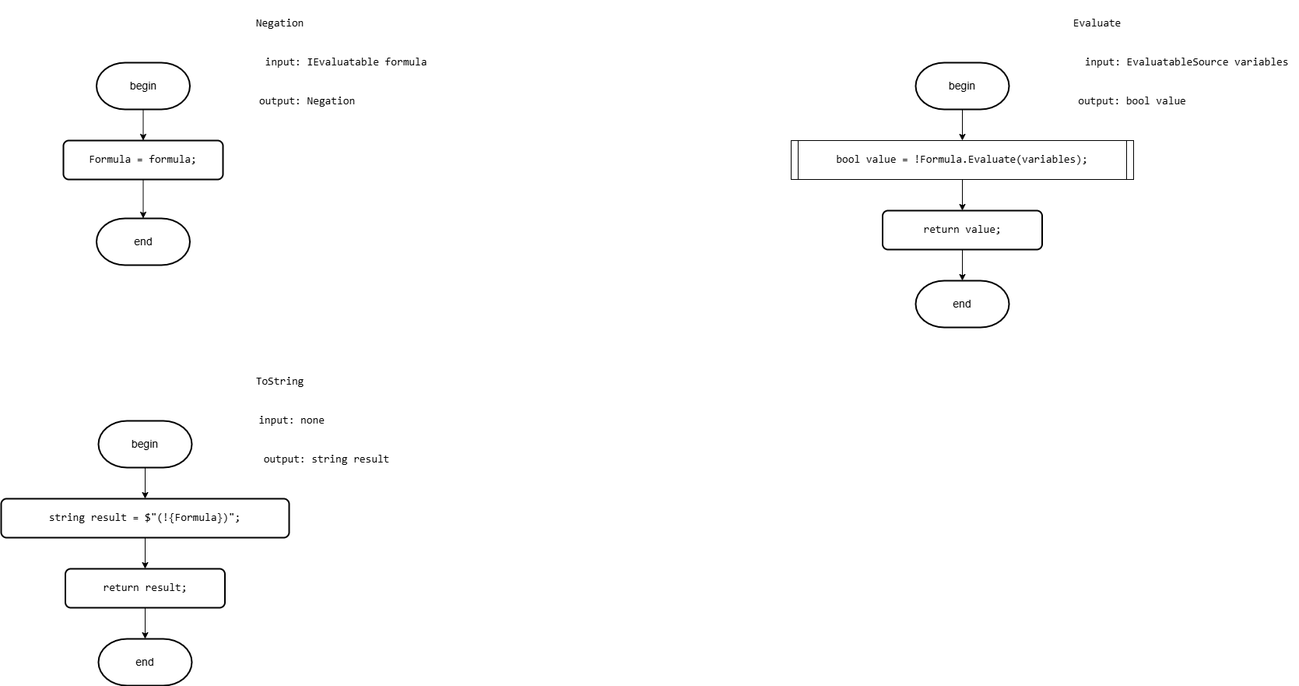
Before: Diagrams/images/Negation.drawio.png, a diagram exported from draw.io (slavikovics/FictionalVariables). Source tidied: cells renumbered, new cells last; positions are measured from the earlier drawing's top-left corner, leaving out a move shared by most shapes.
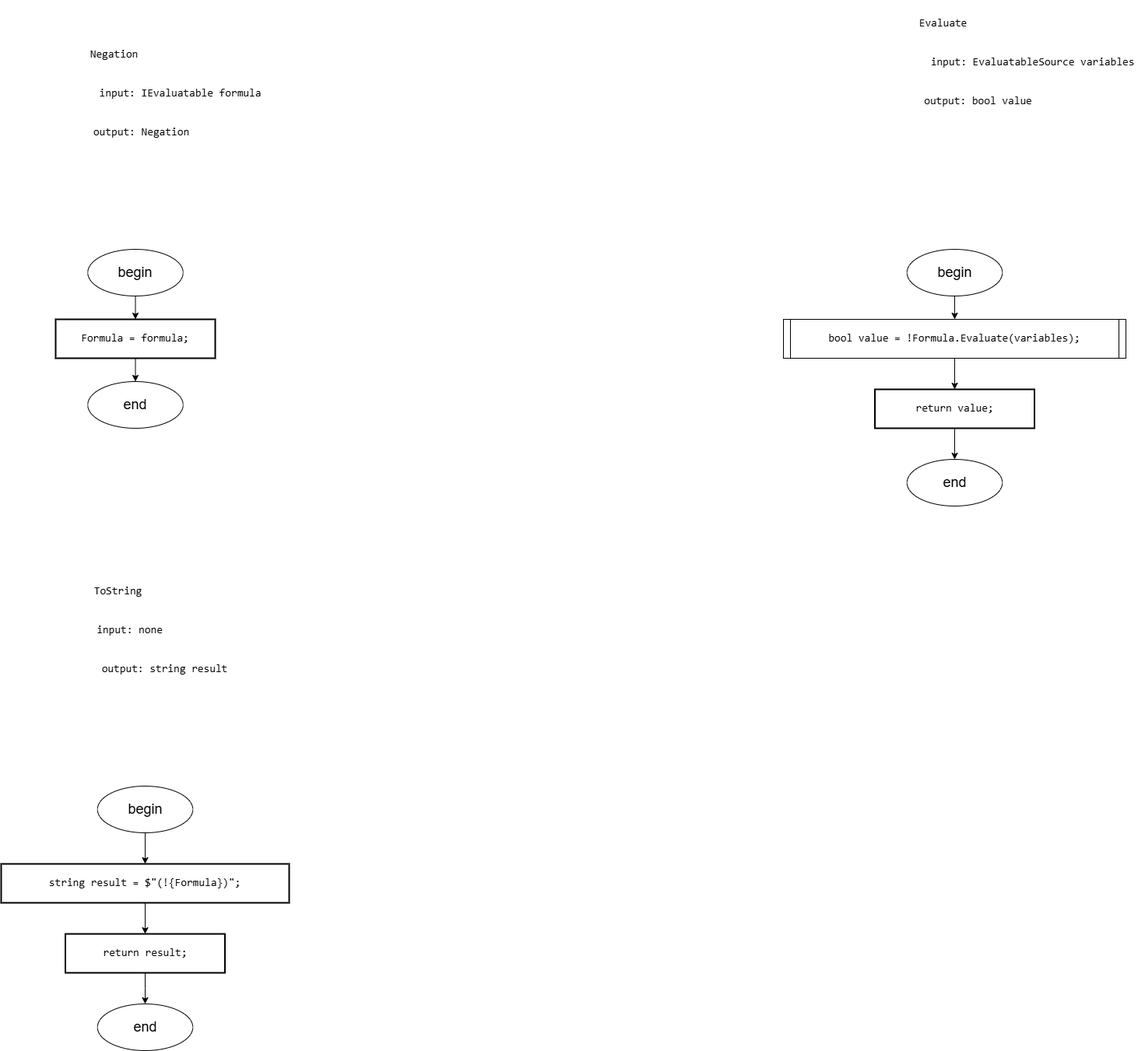
After the commit.

The edit, as a diff of the source:
```diff
@@ -3,88 +3,88 @@
     <mxCell id="0" />
     <mxCell id="1" parent="0" />
     <mxCell id="2" value="&lt;pre style=&quot;font-family: &amp;quot;JetBrains Mono&amp;quot;, monospace;&quot;&gt;&lt;font style=&quot;&quot;&gt;Negation&lt;/font&gt;&lt;/pre&gt;" style="text;html=1;align=center;verticalAlign=middle;strokeColor=none;fillColor=none;fontSize=14;labelBackgroundColor=none;fontColor=#000000;" parent="1" vertex="1">
-      <mxGeometry x="312.5" width="90" height="60" as="geometry" />
+      <mxGeometry x="110" y="-190" width="90" height="60" as="geometry" />
     </mxCell>
-    <mxCell id="3" style="edgeStyle=orthogonalEdgeStyle;rounded=0;jettySize=auto;html=1;exitX=0.5;exitY=1;exitDx=0;exitDy=0;exitPerimeter=0;entryX=0.5;entryY=0;entryDx=0;entryDy=0;fontSize=14;labelBackgroundColor=none;fontColor=#000000;" parent="1" edge="1" source="4" target="5">
-      <mxGeometry relative="1" as="geometry" />
-    </mxCell>
-    <mxCell id="4" value="begin" style="strokeWidth=2;html=1;shape=mxgraph.flowchart.terminator;whiteSpace=wrap;fontSize=14;labelBackgroundColor=none;fontColor=#000000;" parent="1" vertex="1">
-      <mxGeometry x="122.5" y="80" width="120" height="60" as="geometry" />
-    </mxCell>
+    <mxCell id="30" style="edgeStyle=orthogonalEdgeStyle;rounded=0;jettySize=auto;html=1;exitX=0.5;exitY=1;exitDx=0;exitDy=0;entryX=0.5;entryY=0;entryDx=0;entryDy=0;" parent="1" edge="1" source="5" target="35">
+      <mxGeometry relative="1" as="geometry" />
+    </mxCell>
-    <mxCell id="5" value="&lt;div style=&quot;&quot;&gt;&lt;pre style=&quot;font-family: &amp;quot;JetBrains Mono&amp;quot;, monospace;&quot;&gt;&lt;div&gt;&lt;pre style=&quot;font-family: &amp;quot;JetBrains Mono&amp;quot;, monospace;&quot;&gt;Formula = &lt;span style=&quot;&quot;&gt;formula&lt;/span&gt;;&lt;/pre&gt;&lt;/div&gt;&lt;/pre&gt;&lt;/div&gt;" style="rounded=1;whiteSpace=wrap;html=1;absoluteArcSize=1;arcSize=14;strokeWidth=2;fontSize=14;labelBackgroundColor=none;fontColor=#000000;" parent="1" vertex="1">
+    <mxCell id="5" value="&lt;div style=&quot;&quot;&gt;&lt;pre style=&quot;font-family: &amp;quot;JetBrains Mono&amp;quot;, monospace;&quot;&gt;&lt;div&gt;&lt;pre style=&quot;font-family: &amp;quot;JetBrains Mono&amp;quot;, monospace;&quot;&gt;Formula = &lt;span style=&quot;&quot;&gt;formula&lt;/span&gt;;&lt;/pre&gt;&lt;/div&gt;&lt;/pre&gt;&lt;/div&gt;" style="rounded=0;whiteSpace=wrap;html=1;absoluteArcSize=1;arcSize=14;strokeWidth=2;fontSize=14;labelBackgroundColor=none;fontColor=#000000;" parent="1" vertex="1">
       <mxGeometry x="80" y="180" width="205" height="50" as="geometry" />
     </mxCell>
     <mxCell id="6" value="&lt;pre style=&quot;font-family: &amp;quot;JetBrains Mono&amp;quot;, monospace;&quot;&gt;input: IEvaluatable formula&lt;/pre&gt;" style="text;html=1;align=center;verticalAlign=middle;strokeColor=none;fillColor=none;fontSize=14;labelBackgroundColor=none;fontColor=#000000;" parent="1" vertex="1">
-      <mxGeometry x="327.5" y="50" width="230" height="60" as="geometry" />
+      <mxGeometry x="125" y="-140" width="230" height="60" as="geometry" />
     </mxCell>
     <mxCell id="7" value="&lt;pre style=&quot;font-family: &amp;quot;JetBrains Mono&amp;quot;, monospace;&quot;&gt;output: Negation&lt;/pre&gt;" style="text;html=1;align=center;verticalAlign=middle;strokeColor=none;fillColor=none;fontSize=14;labelBackgroundColor=none;fontColor=#000000;" parent="1" vertex="1">
-      <mxGeometry x="317.5" y="100" width="150" height="60" as="geometry" />
+      <mxGeometry x="115" y="-90" width="150" height="60" as="geometry" />
     </mxCell>
-    <mxCell id="8" value="end" style="strokeWidth=2;html=1;shape=mxgraph.flowchart.terminator;whiteSpace=wrap;fontSize=14;labelBackgroundColor=none;fontColor=#000000;" parent="1" vertex="1">
-      <mxGeometry x="122.5" y="280" width="120" height="60" as="geometry" />
-    </mxCell>
     <mxCell id="9" value="&lt;pre style=&quot;font-family: &amp;quot;JetBrains Mono&amp;quot;, monospace;&quot;&gt;Evaluate&lt;/pre&gt;" style="text;html=1;align=center;verticalAlign=middle;strokeColor=none;fillColor=none;fontSize=14;labelBackgroundColor=none;fontColor=#000000;" parent="1" vertex="1">
-      <mxGeometry x="1362.5" width="90" height="60" as="geometry" />
+      <mxGeometry x="1175" y="-230" width="90" height="60" as="geometry" />
     </mxCell>
-    <mxCell id="10" style="edgeStyle=orthogonalEdgeStyle;rounded=0;jettySize=auto;html=1;exitX=0.5;exitY=1;exitDx=0;exitDy=0;exitPerimeter=0;entryX=0.5;entryY=0;entryDx=0;entryDy=0;fontSize=14;labelBackgroundColor=none;fontColor=#000000;" parent="1" edge="1" source="11" target="24">
-      <mxGeometry relative="1" as="geometry" />
-    </mxCell>
-    <mxCell id="11" value="begin" style="strokeWidth=2;html=1;shape=mxgraph.flowchart.terminator;whiteSpace=wrap;fontSize=14;labelBackgroundColor=none;fontColor=#000000;" parent="1" vertex="1">
-      <mxGeometry x="1175" y="80" width="120" height="60" as="geometry" />
-    </mxCell>
     <mxCell id="12" value="&lt;pre style=&quot;font-family: &amp;quot;JetBrains Mono&amp;quot;, monospace;&quot;&gt;input: EvaluatableSource variables&lt;/pre&gt;" style="text;html=1;align=center;verticalAlign=middle;strokeColor=none;fillColor=none;fontSize=14;labelBackgroundColor=none;fontColor=#000000;" parent="1" vertex="1">
-      <mxGeometry x="1377.5" y="50" width="290" height="60" as="geometry" />
+      <mxGeometry x="1190" y="-180" width="290" height="60" as="geometry" />
     </mxCell>
     <mxCell id="13" value="&lt;pre style=&quot;font-family: &amp;quot;JetBrains Mono&amp;quot;, monospace;&quot;&gt;output: bool value&lt;/pre&gt;" style="text;html=1;align=center;verticalAlign=middle;strokeColor=none;fillColor=none;fontSize=14;labelBackgroundColor=none;fontColor=#000000;" parent="1" vertex="1">
-      <mxGeometry x="1372.5" y="100" width="160" height="60" as="geometry" />
+      <mxGeometry x="1185" y="-130" width="160" height="60" as="geometry" />
     </mxCell>
-    <mxCell id="14" value="end" style="strokeWidth=2;html=1;shape=mxgraph.flowchart.terminator;whiteSpace=wrap;fontSize=14;labelBackgroundColor=none;fontColor=#000000;" parent="1" vertex="1">
-      <mxGeometry x="1175" y="360" width="120" height="60" as="geometry" />
-    </mxCell>
     <mxCell id="15" value="&lt;pre style=&quot;font-family: &amp;quot;JetBrains Mono&amp;quot;, monospace;&quot;&gt;ToString&lt;/pre&gt;" style="text;html=1;align=center;verticalAlign=middle;strokeColor=none;fillColor=none;fontSize=14;labelBackgroundColor=none;fontColor=#000000;" parent="1" vertex="1">
-      <mxGeometry x="312.5" y="460" width="90" height="60" as="geometry" />
+      <mxGeometry x="115" y="500" width="90" height="60" as="geometry" />
     </mxCell>
-    <mxCell id="16" style="edgeStyle=orthogonalEdgeStyle;rounded=0;jettySize=auto;html=1;exitX=0.5;exitY=1;exitDx=0;exitDy=0;exitPerimeter=0;entryX=0.5;entryY=0;entryDx=0;entryDy=0;fontSize=14;labelBackgroundColor=none;fontColor=#000000;" parent="1" edge="1" source="17" target="19">
-      <mxGeometry relative="1" as="geometry" />
-    </mxCell>
-    <mxCell id="17" value="begin" style="strokeWidth=2;html=1;shape=mxgraph.flowchart.terminator;whiteSpace=wrap;fontSize=14;labelBackgroundColor=none;fontColor=#000000;" parent="1" vertex="1">
-      <mxGeometry x="125" y="540" width="120" height="60" as="geometry" />
-    </mxCell>
     <mxCell id="18" style="edgeStyle=orthogonalEdgeStyle;rounded=0;jettySize=auto;html=1;exitX=0.5;exitY=1;exitDx=0;exitDy=0;fontSize=14;labelBackgroundColor=none;fontColor=#000000;" parent="1" edge="1" source="19" target="29">
       <mxGeometry relative="1" as="geometry" />
     </mxCell>
-    <mxCell id="19" value="&lt;div style=&quot;&quot;&gt;&lt;pre style=&quot;font-family: &amp;quot;JetBrains Mono&amp;quot;, monospace;&quot;&gt;&lt;pre style=&quot;font-family: &amp;quot;JetBrains Mono&amp;quot;, monospace;&quot;&gt;&lt;pre style=&quot;font-family: &amp;quot;JetBrains Mono&amp;quot;, monospace;&quot;&gt;&lt;div&gt;&lt;pre style=&quot;font-family: &amp;quot;JetBrains Mono&amp;quot;, monospace;&quot;&gt;&lt;span style=&quot;&quot;&gt;string &lt;/span&gt;&lt;span style=&quot;&quot;&gt;result &lt;/span&gt;= &lt;span style=&quot;&quot;&gt;$&quot;(!&lt;/span&gt;{Formula}&lt;span style=&quot;&quot;&gt;)&quot;&lt;/span&gt;;&lt;/pre&gt;&lt;/div&gt;&lt;/pre&gt;&lt;/pre&gt;&lt;/pre&gt;&lt;/div&gt;" style="rounded=1;whiteSpace=wrap;html=1;absoluteArcSize=1;arcSize=14;strokeWidth=2;fontSize=14;labelBackgroundColor=none;fontColor=#000000;" parent="1" vertex="1">
-      <mxGeometry y="640" width="370" height="50" as="geometry" />
+    <mxCell id="19" value="&lt;div style=&quot;&quot;&gt;&lt;pre style=&quot;font-family: &amp;quot;JetBrains Mono&amp;quot;, monospace;&quot;&gt;&lt;pre style=&quot;font-family: &amp;quot;JetBrains Mono&amp;quot;, monospace;&quot;&gt;&lt;pre style=&quot;font-family: &amp;quot;JetBrains Mono&amp;quot;, monospace;&quot;&gt;&lt;div&gt;&lt;pre style=&quot;font-family: &amp;quot;JetBrains Mono&amp;quot;, monospace;&quot;&gt;&lt;span style=&quot;&quot;&gt;string &lt;/span&gt;&lt;span style=&quot;&quot;&gt;result &lt;/span&gt;= &lt;span style=&quot;&quot;&gt;$&quot;(!&lt;/span&gt;{Formula}&lt;span style=&quot;&quot;&gt;)&quot;&lt;/span&gt;;&lt;/pre&gt;&lt;/div&gt;&lt;/pre&gt;&lt;/pre&gt;&lt;/pre&gt;&lt;/div&gt;" style="rounded=0;whiteSpace=wrap;html=1;absoluteArcSize=1;arcSize=14;strokeWidth=2;fontSize=14;labelBackgroundColor=none;fontColor=#000000;" parent="1" vertex="1">
+      <mxGeometry x="10" y="880" width="370" height="50" as="geometry" />
     </mxCell>
     <mxCell id="20" value="&lt;pre style=&quot;font-family: &amp;quot;JetBrains Mono&amp;quot;, monospace;&quot;&gt;input: none&lt;/pre&gt;" style="text;html=1;align=center;verticalAlign=middle;strokeColor=none;fillColor=none;fontSize=14;labelBackgroundColor=none;fontColor=#000000;" parent="1" vertex="1">
-      <mxGeometry x="317.5" y="510" width="110" height="60" as="geometry" />
+      <mxGeometry x="120" y="550" width="110" height="60" as="geometry" />
     </mxCell>
     <mxCell id="21" value="&lt;pre style=&quot;font-family: &amp;quot;JetBrains Mono&amp;quot;, monospace;&quot;&gt;output: string result&lt;/pre&gt;" style="text;html=1;align=center;verticalAlign=middle;strokeColor=none;fillColor=none;fontSize=14;labelBackgroundColor=none;fontColor=#000000;" parent="1" vertex="1">
-      <mxGeometry x="322.5" y="560" width="190" height="60" as="geometry" />
+      <mxGeometry x="125" y="600" width="190" height="60" as="geometry" />
     </mxCell>
-    <mxCell id="22" value="end" style="strokeWidth=2;html=1;shape=mxgraph.flowchart.terminator;whiteSpace=wrap;fontSize=14;labelBackgroundColor=none;fontColor=#000000;" parent="1" vertex="1">
-      <mxGeometry x="125" y="820" width="120" height="60" as="geometry" />
-    </mxCell>
     <mxCell id="23" style="edgeStyle=orthogonalEdgeStyle;rounded=0;jettySize=auto;html=1;exitX=0.5;exitY=1;exitDx=0;exitDy=0;fontSize=14;labelBackgroundColor=none;fontColor=#000000;" parent="1" edge="1" source="24" target="26">
       <mxGeometry relative="1" as="geometry" />
     </mxCell>
     <mxCell id="24" value="&lt;pre style=&quot;font-family: &amp;quot;JetBrains Mono&amp;quot;, monospace;&quot;&gt;&lt;div&gt;&lt;pre style=&quot;font-family: &amp;quot;JetBrains Mono&amp;quot;, monospace;&quot;&gt;&lt;span style=&quot;&quot;&gt;bool &lt;/span&gt;value = !Formula.Evaluate(variables);&lt;/pre&gt;&lt;/div&gt;&lt;/pre&gt;" style="shape=process;whiteSpace=wrap;html=1;backgroundOutline=1;size=0.0202020202020202;fontSize=14;labelBackgroundColor=none;fontColor=#000000;" parent="1" vertex="1">
       <mxGeometry x="1015" y="180" width="440" height="50" as="geometry" />
     </mxCell>
-    <mxCell id="25" style="edgeStyle=orthogonalEdgeStyle;rounded=0;jettySize=auto;html=1;exitX=0.5;exitY=1;exitDx=0;exitDy=0;entryX=0.5;entryY=0;entryDx=0;entryDy=0;entryPerimeter=0;fontSize=14;labelBackgroundColor=none;fontColor=#000000;" parent="1" edge="1" source="5" target="8">
-      <mxGeometry relative="1" as="geometry" />
-    </mxCell>
+    <mxCell id="31" style="edgeStyle=orthogonalEdgeStyle;rounded=0;jettySize=auto;html=1;exitX=0.5;exitY=1;exitDx=0;exitDy=0;entryX=0.5;entryY=0;entryDx=0;entryDy=0;" parent="1" edge="1" source="26" target="38">
+      <mxGeometry relative="1" as="geometry" />
+    </mxCell>
-    <mxCell id="26" value="&lt;div style=&quot;&quot;&gt;&lt;pre style=&quot;font-family: &amp;quot;JetBrains Mono&amp;quot;, monospace;&quot;&gt;&lt;pre style=&quot;font-family: &amp;quot;JetBrains Mono&amp;quot;, monospace;&quot;&gt;&lt;div&gt;&lt;pre style=&quot;font-family: &amp;quot;JetBrains Mono&amp;quot;, monospace;&quot;&gt;&lt;span style=&quot;&quot;&gt;return &lt;/span&gt;value;&lt;/pre&gt;&lt;/div&gt;&lt;/pre&gt;&lt;/pre&gt;&lt;/div&gt;" style="rounded=1;whiteSpace=wrap;html=1;absoluteArcSize=1;arcSize=14;strokeWidth=2;fontSize=14;labelBackgroundColor=none;fontColor=#000000;" parent="1" vertex="1">
+    <mxCell id="26" value="&lt;div style=&quot;&quot;&gt;&lt;pre style=&quot;font-family: &amp;quot;JetBrains Mono&amp;quot;, monospace;&quot;&gt;&lt;pre style=&quot;font-family: &amp;quot;JetBrains Mono&amp;quot;, monospace;&quot;&gt;&lt;div&gt;&lt;pre style=&quot;font-family: &amp;quot;JetBrains Mono&amp;quot;, monospace;&quot;&gt;&lt;span style=&quot;&quot;&gt;return &lt;/span&gt;value;&lt;/pre&gt;&lt;/div&gt;&lt;/pre&gt;&lt;/pre&gt;&lt;/div&gt;" style="rounded=0;whiteSpace=wrap;html=1;absoluteArcSize=1;arcSize=14;strokeWidth=2;fontSize=14;labelBackgroundColor=none;fontColor=#000000;" parent="1" vertex="1">
       <mxGeometry x="1132.5" y="270" width="205" height="50" as="geometry" />
     </mxCell>
-    <mxCell id="27" style="edgeStyle=orthogonalEdgeStyle;rounded=0;jettySize=auto;html=1;exitX=0.5;exitY=1;exitDx=0;exitDy=0;entryX=0.5;entryY=0;entryDx=0;entryDy=0;entryPerimeter=0;fontSize=14;labelBackgroundColor=none;fontColor=#000000;" parent="1" edge="1" source="26" target="14">
-      <mxGeometry relative="1" as="geometry" />
-    </mxCell>
-    <mxCell id="28" style="edgeStyle=orthogonalEdgeStyle;rounded=0;jettySize=auto;html=1;exitX=0.5;exitY=1;exitDx=0;exitDy=0;fontSize=14;labelBackgroundColor=none;fontColor=#000000;" parent="1" edge="1" source="29" target="22">
-      <mxGeometry relative="1" as="geometry" />
-    </mxCell>
+    <mxCell id="32" style="edgeStyle=orthogonalEdgeStyle;rounded=0;jettySize=auto;html=1;exitX=0.5;exitY=1;exitDx=0;exitDy=0;" parent="1" edge="1" source="29" target="41">
+      <mxGeometry relative="1" as="geometry" />
+    </mxCell>
-    <mxCell id="29" value="&lt;div style=&quot;&quot;&gt;&lt;pre style=&quot;font-family: &amp;quot;JetBrains Mono&amp;quot;, monospace;&quot;&gt;&lt;pre style=&quot;font-family: &amp;quot;JetBrains Mono&amp;quot;, monospace;&quot;&gt;&lt;pre style=&quot;font-family: &amp;quot;JetBrains Mono&amp;quot;, monospace;&quot;&gt;&lt;span style=&quot;&quot;&gt;return &lt;/span&gt;result;&lt;br&gt;&lt;/pre&gt;&lt;/pre&gt;&lt;/pre&gt;&lt;/div&gt;" style="rounded=1;whiteSpace=wrap;html=1;absoluteArcSize=1;arcSize=14;strokeWidth=2;fontSize=14;labelBackgroundColor=none;fontColor=#000000;" parent="1" vertex="1">
-      <mxGeometry x="82.5" y="730" width="205" height="50" as="geometry" />
+    <mxCell id="29" value="&lt;div style=&quot;&quot;&gt;&lt;pre style=&quot;font-family: &amp;quot;JetBrains Mono&amp;quot;, monospace;&quot;&gt;&lt;pre style=&quot;font-family: &amp;quot;JetBrains Mono&amp;quot;, monospace;&quot;&gt;&lt;pre style=&quot;font-family: &amp;quot;JetBrains Mono&amp;quot;, monospace;&quot;&gt;&lt;span style=&quot;&quot;&gt;return &lt;/span&gt;result;&lt;br&gt;&lt;/pre&gt;&lt;/pre&gt;&lt;/pre&gt;&lt;/div&gt;" style="rounded=0;whiteSpace=wrap;html=1;absoluteArcSize=1;arcSize=14;strokeWidth=2;fontSize=14;labelBackgroundColor=none;fontColor=#000000;" parent="1" vertex="1">
+      <mxGeometry x="92.5" y="970" width="205" height="50" as="geometry" />
     </mxCell>
+    <mxCell id="33" style="edgeStyle=orthogonalEdgeStyle;rounded=0;jettySize=auto;html=1;exitX=0.5;exitY=1;exitDx=0;exitDy=0;entryX=0.5;entryY=0;entryDx=0;entryDy=0;" parent="1" edge="1" source="34" target="5">
+      <mxGeometry relative="1" as="geometry" />
+    </mxCell>
+    <mxCell id="34" value="&lt;font style=&quot;font-size: 18px;&quot;&gt;begin&lt;/font&gt;" style="ellipse;whiteSpace=wrap;html=1;" parent="1" vertex="1">
+      <mxGeometry x="121.2" y="90" width="122.5" height="60" as="geometry" />
+    </mxCell>
+    <mxCell id="35" value="&lt;font style=&quot;font-size: 18px;&quot;&gt;end&lt;/font&gt;" style="ellipse;whiteSpace=wrap;html=1;" parent="1" vertex="1">
+      <mxGeometry x="121.2" y="260" width="122.5" height="60" as="geometry" />
+    </mxCell>
+    <mxCell id="36" style="edgeStyle=orthogonalEdgeStyle;rounded=0;jettySize=auto;html=1;exitX=0.5;exitY=1;exitDx=0;exitDy=0;entryX=0.5;entryY=0;entryDx=0;entryDy=0;" parent="1" edge="1" source="37" target="24">
+      <mxGeometry relative="1" as="geometry" />
+    </mxCell>
+    <mxCell id="37" value="&lt;font style=&quot;font-size: 18px;&quot;&gt;begin&lt;/font&gt;" style="ellipse;whiteSpace=wrap;html=1;" parent="1" vertex="1">
+      <mxGeometry x="1173.8" y="90" width="122.5" height="60" as="geometry" />
+    </mxCell>
+    <mxCell id="38" value="&lt;font style=&quot;font-size: 18px;&quot;&gt;end&lt;/font&gt;" style="ellipse;whiteSpace=wrap;html=1;" parent="1" vertex="1">
+      <mxGeometry x="1173.8" y="360" width="122.5" height="60" as="geometry" />
+    </mxCell>
+    <mxCell id="39" style="edgeStyle=orthogonalEdgeStyle;rounded=0;jettySize=auto;html=1;exitX=0.5;exitY=1;exitDx=0;exitDy=0;entryX=0.5;entryY=0;entryDx=0;entryDy=0;" parent="1" edge="1" source="40" target="19">
+      <mxGeometry relative="1" as="geometry" />
+    </mxCell>
+    <mxCell id="40" value="&lt;font style=&quot;font-size: 18px;&quot;&gt;begin&lt;/font&gt;" style="ellipse;whiteSpace=wrap;html=1;" parent="1" vertex="1">
+      <mxGeometry x="133.8" y="780" width="122.5" height="60" as="geometry" />
+    </mxCell>
+    <mxCell id="41" value="&lt;font style=&quot;font-size: 18px;&quot;&gt;end&lt;/font&gt;" style="ellipse;whiteSpace=wrap;html=1;" parent="1" vertex="1">
+      <mxGeometry x="133.8" y="1060" width="122.5" height="60" as="geometry" />
+    </mxCell>
   </root>
 </mxGraphModel>
```
